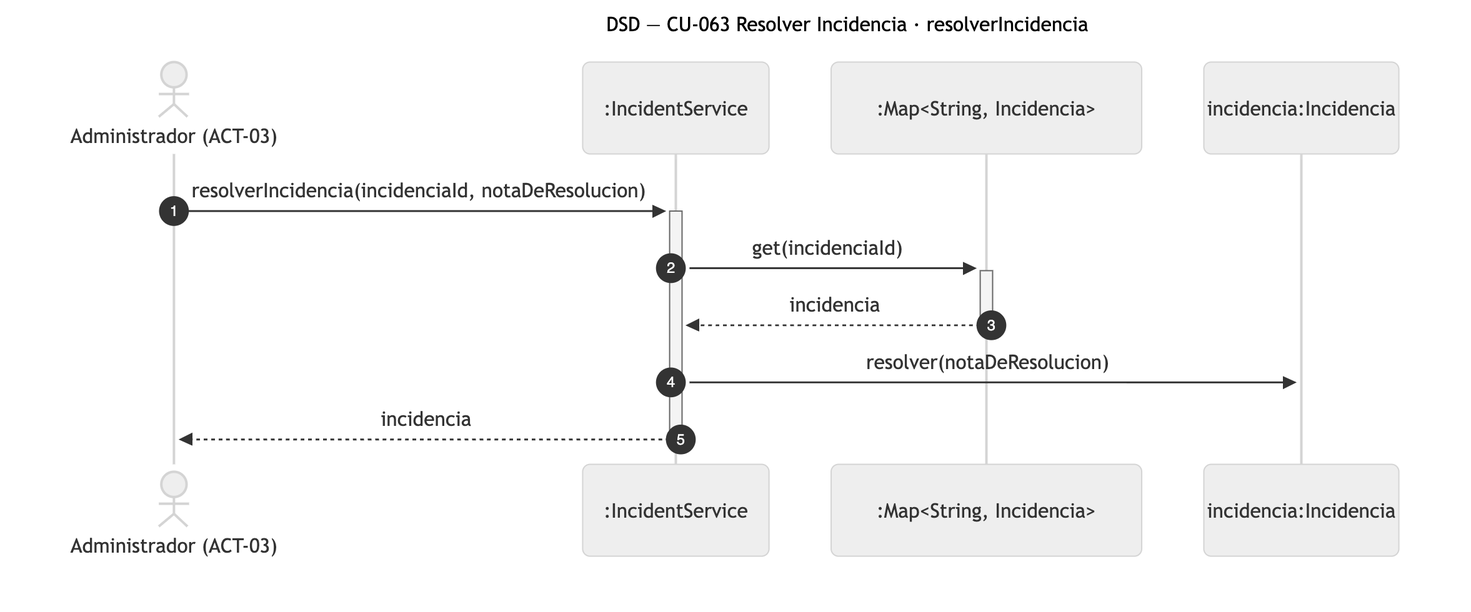
Above: diagramas/png/DSD_CU-063_resolverIncidencia.png in Nahuelito-Dev/splg-docs (Mermaid), before the change. Its source is kept beside it as diagramas/DSD_CU-063_resolverIncidencia.mmd.
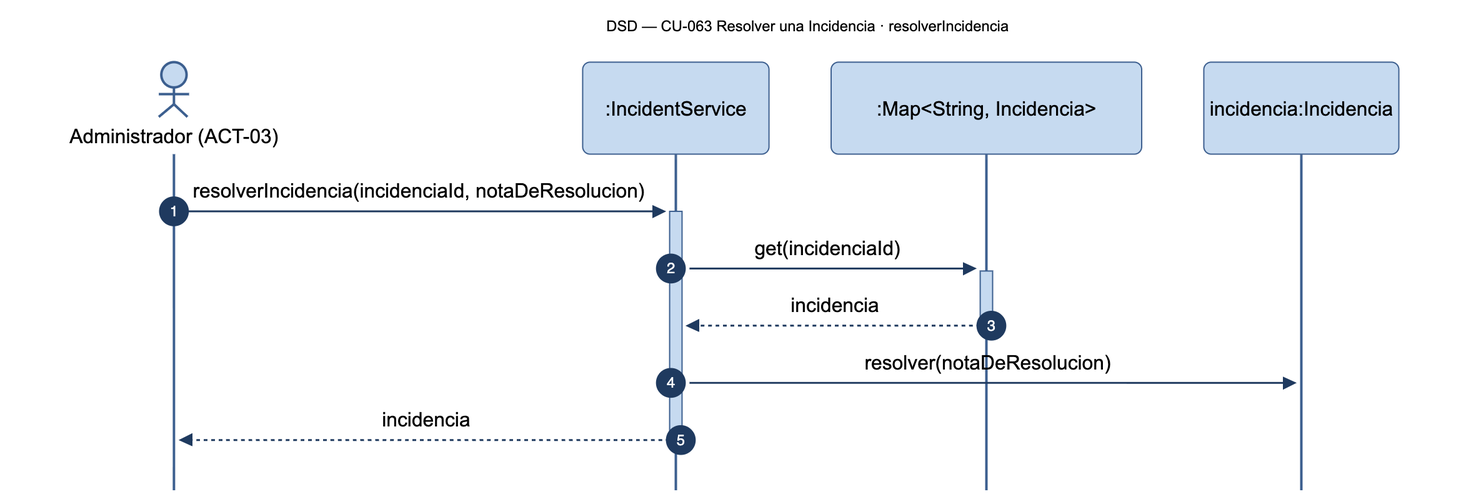
Above is the later version.

Diff of the diagram source:
```diff
@@ -1,5 +1,5 @@
 sequenceDiagram
-    title DSD — CU-063 Resolver Incidencia · resolverIncidencia
+    title DSD — CU-063 Resolver una Incidencia · resolverIncidencia
     autonumber
     actor ADM as Administrador (ACT-03)
     participant SRV as :IncidentService
```
